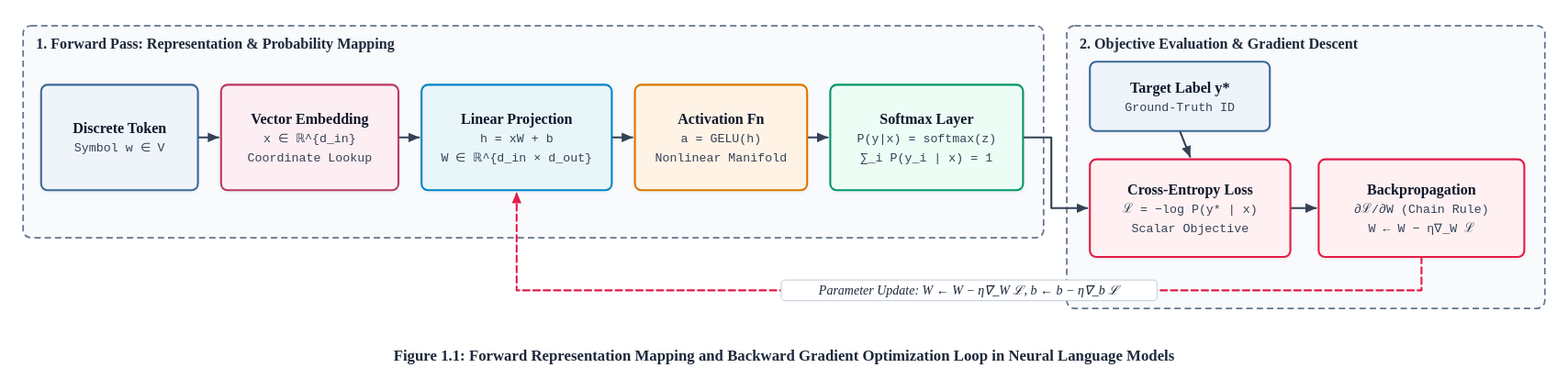
The draw.io diagram lectures/figures/chap1_computation_graph.drawio.svg in boslbosl/ai-specialist-26-language, before a commit. Source tidied: cells renumbered, new cells last; positions are measured from the earlier drawing's top-left corner, leaving out a move shared by most shapes.
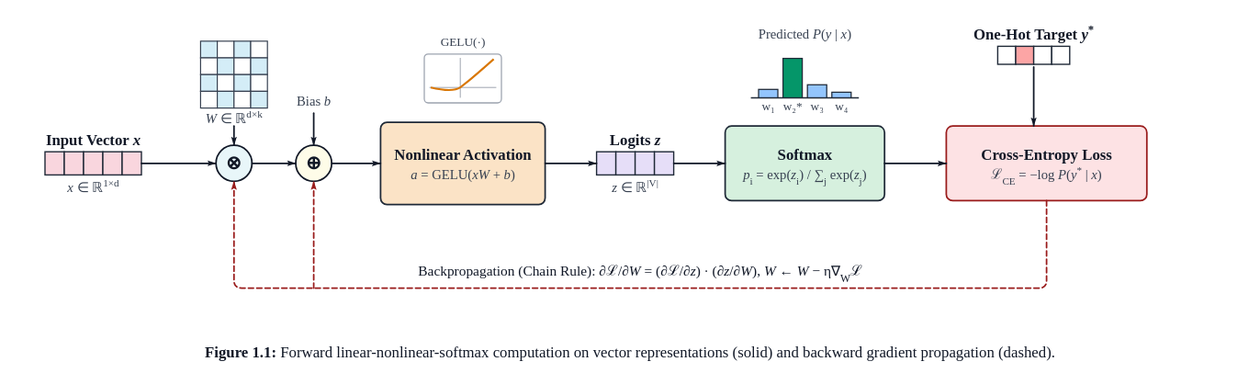
After the commit.

The edit, as a diff of the source:
```diff
@@ -1,73 +1,106 @@
-<mxGraphModel>
+<mxGraphModel math="1">
   <root>
     <mxCell id="0" />
     <mxCell id="1" parent="0" />
-    <mxCell id="2" value="1. Forward Pass: Representation &amp; Probability Mapping" style="rounded=1;whiteSpace=wrap;html=1;fillColor=#f8fafc;strokeColor=#64748b;strokeWidth=1.2;dashed=1;dashPattern=5 3;verticalAlign=top;align=left;spacingLeft=10;spacingTop=6;fontFamily=Georgia;fontSize=11.5;fontStyle=1;fontColor=#1e293b;" parent="1" vertex="1">
-      <mxGeometry width="794" height="165" as="geometry" />
-    </mxCell>
-    <mxCell id="3" value="2. Objective Evaluation &amp; Gradient Descent" style="rounded=1;whiteSpace=wrap;html=1;fillColor=#f8fafc;strokeColor=#64748b;strokeWidth=1.2;dashed=1;dashPattern=5 3;verticalAlign=top;align=left;spacingLeft=10;spacingTop=6;fontFamily=Georgia;fontSize=11.5;fontStyle=1;fontColor=#1e293b;" parent="1" vertex="1">
-      <mxGeometry x="812" width="372" height="220" as="geometry" />
-    </mxCell>
-    <mxCell id="4" value="&lt;b&gt;Discrete Token&lt;/b&gt;&lt;br/&gt;&lt;font style='font-size:10px;color:#334155'&gt;Symbol w ∈ V&lt;/font&gt;" style="rounded=1;arcSize=8;whiteSpace=wrap;html=1;fillColor=#eef4fa;strokeColor=#3b6998;strokeWidth=1.5;fontFamily=Georgia;fontSize=11;fontColor=#0f172a;" parent="1" vertex="1">
-      <mxGeometry x="14" y="46" width="122" height="82" as="geometry" />
-    </mxCell>
-    <mxCell id="5" value="&lt;b&gt;Vector Embedding&lt;/b&gt;&lt;br/&gt;&lt;font style='font-size:10px;color:#334155'&gt;x ∈ ℝ^{d_in}&lt;/font&gt;&lt;br/&gt;&lt;font style='font-size:10px;color:#334155'&gt;Coordinate Lookup&lt;/font&gt;" style="rounded=1;arcSize=8;whiteSpace=wrap;html=1;fillColor=#fceef2;strokeColor=#b83b5e;strokeWidth=1.5;fontFamily=Georgia;fontSize=11;fontColor=#0f172a;" parent="1" vertex="1">
-      <mxGeometry x="154" y="46" width="138" height="82" as="geometry" />
-    </mxCell>
-    <mxCell id="6" value="&lt;b&gt;Linear Projection&lt;/b&gt;&lt;br/&gt;&lt;font style='font-size:10px;color:#334155'&gt;h = xW + b&lt;/font&gt;&lt;br/&gt;&lt;font style='font-size:10px;color:#334155'&gt;W ∈ ℝ^{d_in × d_out}&lt;/font&gt;" style="rounded=1;arcSize=8;whiteSpace=wrap;html=1;fillColor=#e8f6f9;strokeColor=#0284c7;strokeWidth=1.5;fontFamily=Georgia;fontSize=11;fontColor=#0f172a;" parent="1" vertex="1">
-      <mxGeometry x="310" y="46" width="148" height="82" as="geometry" />
-    </mxCell>
-    <mxCell id="7" value="&lt;b&gt;Activation Fn&lt;/b&gt;&lt;br/&gt;&lt;font style='font-size:10px;color:#334155'&gt;a = GELU(h)&lt;/font&gt;&lt;br/&gt;&lt;font style='font-size:10px;color:#334155'&gt;Nonlinear Manifold&lt;/font&gt;" style="rounded=1;arcSize=8;whiteSpace=wrap;html=1;fillColor=#fff3e6;strokeColor=#d97706;strokeWidth=1.5;fontFamily=Georgia;fontSize=11;fontColor=#0f172a;" parent="1" vertex="1">
-      <mxGeometry x="476" y="46" width="134" height="82" as="geometry" />
-    </mxCell>
-    <mxCell id="8" value="&lt;b&gt;Softmax Layer&lt;/b&gt;&lt;br/&gt;&lt;font style='font-size:10px;color:#334155'&gt;P(y|x) = softmax(z)&lt;/font&gt;&lt;br/&gt;&lt;font style='font-size:10px;color:#334155'&gt;∑_i P(y_i | x) = 1&lt;/font&gt;" style="rounded=1;arcSize=8;whiteSpace=wrap;html=1;fillColor=#ecfdf5;strokeColor=#059669;strokeWidth=1.5;fontFamily=Georgia;fontSize=11;fontColor=#0f172a;" parent="1" vertex="1">
-      <mxGeometry x="628" y="46" width="150" height="82" as="geometry" />
-    </mxCell>
-    <mxCell id="9" value="&lt;b&gt;Target Label y*&lt;/b&gt;&lt;br/&gt;&lt;font style='font-size:10px;color:#334155'&gt;Ground-Truth ID&lt;/font&gt;" style="rounded=1;arcSize=8;whiteSpace=wrap;html=1;fillColor=#eef4fa;strokeColor=#3b6998;strokeWidth=1.5;fontFamily=Georgia;fontSize=11;fontColor=#0f172a;" parent="1" vertex="1">
-      <mxGeometry x="830" y="28" width="140" height="54" as="geometry" />
-    </mxCell>
-    <mxCell id="10" value="&lt;b&gt;Cross-Entropy Loss&lt;/b&gt;&lt;br/&gt;&lt;font style='font-size:10px;color:#334155'&gt;ℒ = −log P(y* | x)&lt;/font&gt;&lt;br/&gt;&lt;font style='font-size:10px;color:#334155'&gt;Scalar Objective&lt;/font&gt;" style="rounded=1;arcSize=8;whiteSpace=wrap;html=1;fillColor=#fff1f2;strokeColor=#e11d48;strokeWidth=1.5;fontFamily=Georgia;fontSize=11;fontColor=#0f172a;" parent="1" vertex="1">
-      <mxGeometry x="830" y="104" width="156" height="76" as="geometry" />
-    </mxCell>
-    <mxCell id="11" value="&lt;b&gt;Backpropagation&lt;/b&gt;&lt;br/&gt;&lt;font style='font-size:10px;color:#334155'&gt;∂ℒ/∂W (Chain Rule)&lt;/font&gt;&lt;br/&gt;&lt;font style='font-size:10px;color:#334155'&gt;W ← W − η∇_W ℒ&lt;/font&gt;" style="rounded=1;arcSize=8;whiteSpace=wrap;html=1;fillColor=#fff1f2;strokeColor=#e11d48;strokeWidth=1.5;fontFamily=Georgia;fontSize=11;fontColor=#0f172a;" parent="1" vertex="1">
-      <mxGeometry x="1008" y="104" width="160" height="76" as="geometry" />
-    </mxCell>
-    <mxCell id="12" value="&lt;b&gt;Figure 1.1: Forward Representation Mapping and Backward Gradient Optimization Loop in Neural Language Models&lt;/b&gt;" style="text;html=1;align=center;verticalAlign=middle;fontFamily=Georgia;fontSize=12;fontColor=#334155;" parent="1" vertex="1">
-      <mxGeometry x="2" y="243" width="1180" height="24" as="geometry" />
-    </mxCell>
-    <mxCell id="13" style="edgeStyle=orthogonalEdgeStyle;rounded=1;jettySize=auto;html=1;exitX=1;exitY=0.5;exitDx=0;exitDy=0;entryX=0;entryY=0.5;entryDx=0;entryDy=0;strokeColor=#334155;strokeWidth=1.5;endArrow=block;endFill=1;fontFamily=Georgia;fontSize=10;fontColor=#1e293b;labelBackgroundColor=#ffffff;" parent="1" edge="1" source="4" target="5">
-      <mxGeometry relative="1" as="geometry" />
-    </mxCell>
-    <mxCell id="14" style="edgeStyle=orthogonalEdgeStyle;rounded=1;jettySize=auto;html=1;exitX=1;exitY=0.5;exitDx=0;exitDy=0;entryX=0;entryY=0.5;entryDx=0;entryDy=0;strokeColor=#334155;strokeWidth=1.5;endArrow=block;endFill=1;fontFamily=Georgia;fontSize=10;fontColor=#1e293b;labelBackgroundColor=#ffffff;" parent="1" edge="1" source="5" target="6">
-      <mxGeometry relative="1" as="geometry" />
-    </mxCell>
-    <mxCell id="15" style="edgeStyle=orthogonalEdgeStyle;rounded=1;jettySize=auto;html=1;exitX=1;exitY=0.5;exitDx=0;exitDy=0;entryX=0;entryY=0.5;entryDx=0;entryDy=0;strokeColor=#334155;strokeWidth=1.5;endArrow=block;endFill=1;fontFamily=Georgia;fontSize=10;fontColor=#1e293b;labelBackgroundColor=#ffffff;" parent="1" edge="1" source="6" target="7">
-      <mxGeometry relative="1" as="geometry" />
-    </mxCell>
-    <mxCell id="16" style="edgeStyle=orthogonalEdgeStyle;rounded=1;jettySize=auto;html=1;exitX=1;exitY=0.5;exitDx=0;exitDy=0;entryX=0;entryY=0.5;entryDx=0;entryDy=0;strokeColor=#334155;strokeWidth=1.5;endArrow=block;endFill=1;fontFamily=Georgia;fontSize=10;fontColor=#1e293b;labelBackgroundColor=#ffffff;" parent="1" edge="1" source="7" target="8">
-      <mxGeometry relative="1" as="geometry" />
-    </mxCell>
-    <mxCell id="17" style="edgeStyle=orthogonalEdgeStyle;rounded=1;jettySize=auto;html=1;exitX=1;exitY=0.5;exitDx=0;exitDy=0;entryX=0;entryY=0.5;entryDx=0;entryDy=0;strokeColor=#334155;strokeWidth=1.5;endArrow=block;endFill=1;fontFamily=Georgia;fontSize=10;fontColor=#1e293b;labelBackgroundColor=#ffffff;" parent="1" edge="1" source="8" target="10">
-      <mxGeometry relative="1" as="geometry">
-        <Array as="points">
-          <mxPoint x="800" y="87" />
-          <mxPoint x="800" y="142" />
-        </Array>
-      </mxGeometry>
-    </mxCell>
-    <mxCell id="18" style="edgeStyle=orthogonalEdgeStyle;rounded=1;jettySize=auto;html=1;exitX=0.5;exitY=1;exitDx=0;exitDy=0;entryX=0.5;entryY=0;entryDx=0;entryDy=0;strokeColor=#334155;strokeWidth=1.5;endArrow=block;endFill=1;fontFamily=Georgia;fontSize=10;fontColor=#1e293b;labelBackgroundColor=#ffffff;" parent="1" edge="1" source="9" target="10">
-      <mxGeometry relative="1" as="geometry" />
-    </mxCell>
-    <mxCell id="19" style="edgeStyle=orthogonalEdgeStyle;rounded=1;jettySize=auto;html=1;exitX=1;exitY=0.5;exitDx=0;exitDy=0;entryX=0;entryY=0.5;entryDx=0;entryDy=0;strokeColor=#334155;strokeWidth=1.5;endArrow=block;endFill=1;fontFamily=Georgia;fontSize=10;fontColor=#1e293b;labelBackgroundColor=#ffffff;" parent="1" edge="1" source="10" target="11">
-      <mxGeometry relative="1" as="geometry" />
-    </mxCell>
-    <mxCell id="20" value="Parameter Update: W ← W − η∇_W ℒ, b ← b − η∇_b ℒ" style="edgeStyle=orthogonalEdgeStyle;rounded=1;jettySize=auto;html=1;exitX=0.5;exitY=1;exitDx=0;exitDy=0;entryX=0.5;entryY=1;entryDx=0;entryDy=0;strokeColor=#e11d48;strokeWidth=1.5;endArrow=block;endFill=1;dashed=1;dashPattern=4 3;fontFamily=Georgia;fontSize=10;fontColor=#1e293b;labelBackgroundColor=#ffffff;" parent="1" edge="1" source="11" target="6">
-      <mxGeometry relative="1" as="geometry">
-        <Array as="points">
-          <mxPoint x="1088" y="206" />
-          <mxPoint x="384" y="206" />
-        </Array>
-      </mxGeometry>
-    </mxCell>
+    <mxCell id="21" value="Input Vector &lt;tspan class=&quot;it&quot;&gt;x&lt;/tspan&gt;" style="rounded=0;whiteSpace=wrap;html=1;fillColor=#f9d6de;strokeColor=#1f2937;" parent="1" vertex="1">
+      <mxGeometry x="17" y="98" width="75" height="18" as="geometry" />
+    </mxCell>
+    <mxCell id="22" value="&lt;tspan class=&quot;it&quot;&gt;W&lt;/tspan&gt; ∈ ℝ&lt;tspan class=&quot;sup&quot;&gt;d×k&lt;/tspan&gt;" style="rounded=0;whiteSpace=wrap;html=1;fillColor=#d4edf7;strokeColor=#374151;" parent="1" vertex="1">
+      <mxGeometry x="138" y="12" width="52" height="52" as="geometry" />
+    </mxCell>
+    <mxCell id="23" value="⊗" style="ellipse;whiteSpace=wrap;html=1;fillColor=#e8f6f9;strokeColor=#111827;strokeWidth=1.25;" parent="1" vertex="1">
+      <mxGeometry x="150" y="93" width="28" height="28" as="geometry" />
+    </mxCell>
+    <mxCell id="24" style="edgeStyle=orthogonalEdgeStyle;rounded=1;html=1;strokeColor=#111827;strokeWidth=1.25;endArrow=classic;endFill=1;" parent="1" edge="1">
+      <mxGeometry relative="1" as="geometry">
+        <mxPoint x="92" y="107" as="sourcePoint" />
+        <mxPoint x="150" y="107" as="targetPoint" />
+      </mxGeometry>
+    </mxCell>
+    <mxCell id="25" style="edgeStyle=orthogonalEdgeStyle;rounded=1;html=1;strokeColor=#111827;strokeWidth=1.25;endArrow=classic;endFill=1;" parent="1" edge="1">
+      <mxGeometry relative="1" as="geometry">
+        <mxPoint x="164" y="78" as="sourcePoint" />
+        <mxPoint x="164" y="93" as="targetPoint" />
+      </mxGeometry>
+    </mxCell>
+    <mxCell id="26" value="⊕" style="ellipse;whiteSpace=wrap;html=1;fillColor=#fefce8;strokeColor=#111827;strokeWidth=1.25;" parent="1" vertex="1">
+      <mxGeometry x="212" y="93" width="28" height="28" as="geometry" />
+    </mxCell>
+    <mxCell id="27" style="edgeStyle=orthogonalEdgeStyle;rounded=1;html=1;strokeColor=#111827;strokeWidth=1.25;endArrow=classic;endFill=1;" parent="1" edge="1">
+      <mxGeometry relative="1" as="geometry">
+        <mxPoint x="226" y="68" as="sourcePoint" />
+        <mxPoint x="226" y="93" as="targetPoint" />
+      </mxGeometry>
+    </mxCell>
+    <mxCell id="28" style="edgeStyle=orthogonalEdgeStyle;rounded=1;html=1;strokeColor=#111827;strokeWidth=1.25;endArrow=classic;endFill=1;" parent="1" edge="1">
+      <mxGeometry relative="1" as="geometry">
+        <mxPoint x="178" y="107" as="sourcePoint" />
+        <mxPoint x="212" y="107" as="targetPoint" />
+      </mxGeometry>
+    </mxCell>
+    <mxCell id="29" value="Nonlinear Activation" style="rounded=1;arcSize=10;whiteSpace=wrap;html=1;fillColor=#fbe3c6;strokeColor=#1f2937;strokeWidth=1.25;fontFamily=Times New Roman;fontSize=12;fontColor=#111827;" parent="1" vertex="1">
+      <mxGeometry x="278" y="75" width="128" height="64" as="geometry" />
+    </mxCell>
+    <mxCell id="30" style="edgeStyle=orthogonalEdgeStyle;rounded=1;html=1;strokeColor=#111827;strokeWidth=1.25;endArrow=classic;endFill=1;" parent="1" edge="1">
+      <mxGeometry relative="1" as="geometry">
+        <mxPoint x="240" y="107" as="sourcePoint" />
+        <mxPoint x="278" y="107" as="targetPoint" />
+      </mxGeometry>
+    </mxCell>
+    <mxCell id="31" value="Logits &lt;tspan class=&quot;it&quot;&gt;z&lt;/tspan&gt;" style="rounded=0;whiteSpace=wrap;html=1;fillColor=#e6def8;strokeColor=#1f2937;" parent="1" vertex="1">
+      <mxGeometry x="446" y="98" width="60" height="18" as="geometry" />
+    </mxCell>
+    <mxCell id="32" style="edgeStyle=orthogonalEdgeStyle;rounded=1;html=1;strokeColor=#111827;strokeWidth=1.25;endArrow=classic;endFill=1;" parent="1" edge="1">
+      <mxGeometry relative="1" as="geometry">
+        <mxPoint x="406" y="107" as="sourcePoint" />
+        <mxPoint x="446" y="107" as="targetPoint" />
+      </mxGeometry>
+    </mxCell>
+    <mxCell id="33" value="Softmax" style="rounded=1;arcSize=10;whiteSpace=wrap;html=1;fillColor=#d6f0de;strokeColor=#1f2937;strokeWidth=1.25;fontFamily=Times New Roman;fontSize=12;fontColor=#111827;" parent="1" vertex="1">
+      <mxGeometry x="546" y="78" width="124" height="58" as="geometry" />
+    </mxCell>
+    <mxCell id="34" value="Predicted &lt;tspan class=&quot;it&quot;&gt;P&lt;/tspan&gt;(&lt;tspan class=&quot;it&quot;&gt;y&lt;/tspan&gt; | &lt;tspan class=&quot;it&quot;&gt;x&lt;/tspan&gt;)" style="rounded=0;fillColor=#ecfdf5;strokeColor=#059669;" parent="1" vertex="1">
+      <mxGeometry x="566" y="14" width="84" height="42" as="geometry" />
+    </mxCell>
+    <mxCell id="35" style="edgeStyle=orthogonalEdgeStyle;rounded=1;html=1;strokeColor=#111827;strokeWidth=1.25;endArrow=classic;endFill=1;" parent="1" edge="1">
+      <mxGeometry relative="1" as="geometry">
+        <mxPoint x="506" y="107" as="sourcePoint" />
+        <mxPoint x="546" y="107" as="targetPoint" />
+      </mxGeometry>
+    </mxCell>
+    <mxCell id="36" value="Cross-Entropy Loss" style="rounded=1;arcSize=10;whiteSpace=wrap;html=1;fillColor=#fde2e4;strokeColor=#991b1b;strokeWidth=1.25;fontFamily=Times New Roman;fontSize=12;fontColor=#111827;" parent="1" vertex="1">
+      <mxGeometry x="718" y="78" width="156" height="58" as="geometry" />
+    </mxCell>
+    <mxCell id="37" value="One-Hot Target &lt;tspan class=&quot;it&quot;&gt;y&lt;/tspan&gt;&lt;tspan class=&quot;sup&quot;&gt;*&lt;/tspan&gt;" style="rounded=0;whiteSpace=wrap;html=1;fillColor=#e5e7eb;strokeColor=#1f2937;" parent="1" vertex="1">
+      <mxGeometry x="758" y="16" width="56" height="14" as="geometry" />
+    </mxCell>
+    <mxCell id="38" style="edgeStyle=orthogonalEdgeStyle;rounded=1;html=1;strokeColor=#111827;strokeWidth=1.25;endArrow=classic;endFill=1;" parent="1" edge="1">
+      <mxGeometry relative="1" as="geometry">
+        <mxPoint x="670" y="107" as="sourcePoint" />
+        <mxPoint x="718" y="107" as="targetPoint" />
+      </mxGeometry>
+    </mxCell>
+    <mxCell id="39" style="edgeStyle=orthogonalEdgeStyle;rounded=1;html=1;strokeColor=#111827;strokeWidth=1.25;endArrow=classic;endFill=1;" parent="1" edge="1">
+      <mxGeometry relative="1" as="geometry">
+        <mxPoint x="786" y="32" as="sourcePoint" />
+        <mxPoint x="786" y="78" as="targetPoint" />
+      </mxGeometry>
+    </mxCell>
+    <mxCell id="40" style="edgeStyle=orthogonalEdgeStyle;rounded=1;html=1;dashed=1;dashPattern=4 2;strokeColor=#991b1b;strokeWidth=1.25;endArrow=classic;endFill=1;" parent="1" edge="1">
+      <mxGeometry relative="1" as="geometry">
+        <mxPoint x="796" y="136" as="sourcePoint" />
+        <mxPoint x="164" y="121" as="targetPoint" />
+        <Array as="points">
+          <mxPoint x="796" y="204" />
+          <mxPoint x="164" y="204" />
+        </Array>
+      </mxGeometry>
+    </mxCell>
+    <mxCell id="41" style="edgeStyle=orthogonalEdgeStyle;rounded=1;html=1;dashed=1;dashPattern=4 2;strokeColor=#991b1b;strokeWidth=1.25;endArrow=classic;endFill=1;" parent="1" edge="1">
+      <mxGeometry relative="1" as="geometry">
+        <mxPoint x="226" y="204" as="sourcePoint" />
+        <mxPoint x="226" y="121" as="targetPoint" />
+      </mxGeometry>
+    </mxCell>
   </root>
 </mxGraphModel>
```
